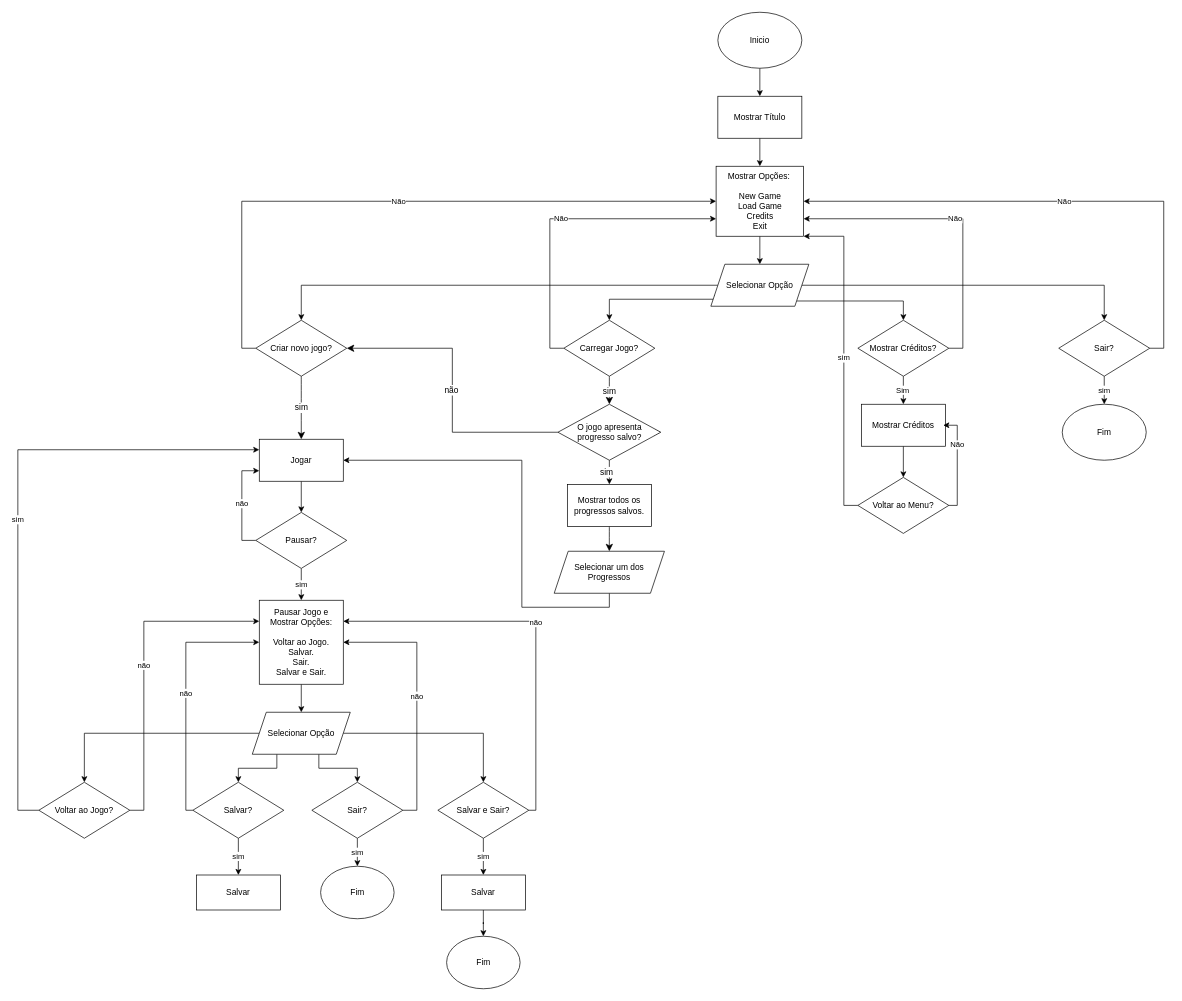
Above: jogo_estrutura.drawio in as1lo/diagramas (draw.io), before the change. Source tidied: cells renumbered, new cells numbered last; positions are measured from the earlier drawing's top-left corner, leaving out a move shared by most shapes. Both pictures are drawn from the tidied source at 70%, with x=0, y=0 at pixel (18, 12).
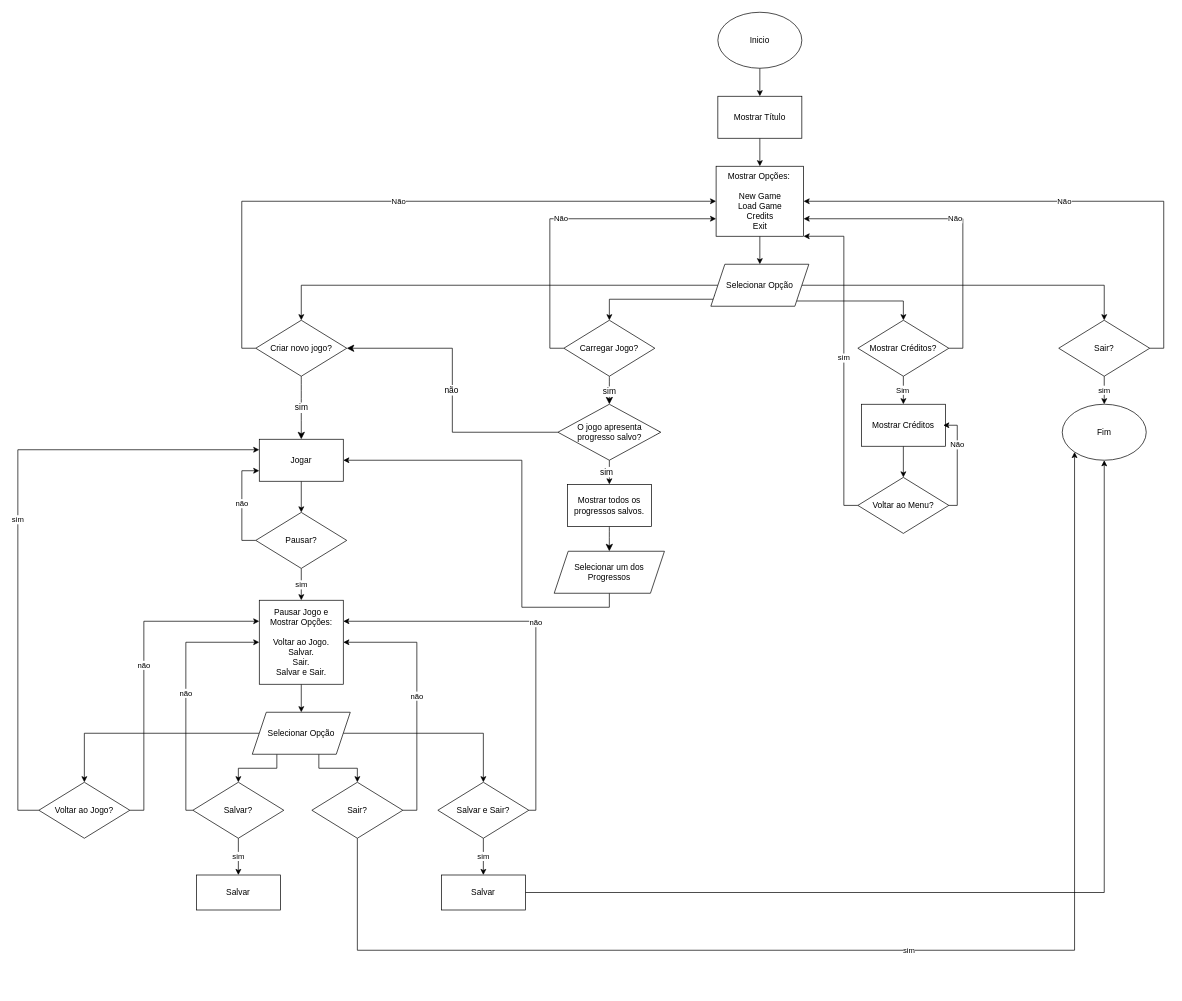
After the change.

The change refers to these unchanged cells:
```xml
<mxCell id="21" value="Fim" style="ellipse;whiteSpace=wrap;html=1;" parent="1" vertex="1">
  <mxGeometry x="1492" y="560" width="120" height="80" as="geometry" />
</mxCell>
<mxCell id="58" value="Sair?" style="rhombus;whiteSpace=wrap;html=1;direction=east;" parent="1" vertex="1">
  <mxGeometry x="420" y="1100" width="130" height="80" as="geometry" />
</mxCell>
<mxCell id="70" value="Salvar" style="rounded=0;whiteSpace=wrap;html=1;" parent="1" vertex="1">
  <mxGeometry x="605" y="1232.5" width="120" height="50" as="geometry" />
</mxCell>
```

Diff of the diagram source:
```diff
@@
-    <mxCell id="57" value="sim" style="edgeStyle=orthogonalEdgeStyle;rounded=0;jettySize=auto;html=1;entryX=0.5;entryY=0;entryDx=0;entryDy=0;" parent="1" edge="1" source="58" target="68">
-      <mxGeometry relative="1" as="geometry" />
+    <mxCell id="57" value="sim" style="edgeStyle=orthogonalEdgeStyle;rounded=0;jettySize=auto;html=1;entryX=0;entryY=1;entryDx=0;entryDy=0;" parent="1" edge="1" source="58" target="21">
+      <mxGeometry relative="1" as="geometry">
+        <Array as="points">
+          <mxPoint x="485" y="1340" />
+          <mxPoint x="1510" y="1340" />
+        </Array>
+      </mxGeometry>
     </mxCell>
@@
-    <mxCell id="68" value="Fim" style="ellipse;whiteSpace=wrap;html=1;" parent="1" vertex="1">
-      <mxGeometry x="432.5" y="1220" width="105" height="75" as="geometry" />
-    </mxCell>
-    <mxCell id="69" style="edgeStyle=orthogonalEdgeStyle;rounded=0;jettySize=auto;html=1;entryX=0.5;entryY=0;entryDx=0;entryDy=0;" parent="1" edge="1" source="70" target="71">
-      <mxGeometry relative="1" as="geometry" />
-    </mxCell>
+    <mxCell id="72" style="edgeStyle=orthogonalEdgeStyle;rounded=0;jettySize=auto;html=1;entryX=0.5;entryY=1;entryDx=0;entryDy=0;" parent="1" edge="1" source="70" target="21">
+      <mxGeometry relative="1" as="geometry" />
+    </mxCell>
@@
-    <mxCell id="71" value="Fim" style="ellipse;whiteSpace=wrap;html=1;" parent="1" vertex="1">
-      <mxGeometry x="612.5" y="1320" width="105" height="75" as="geometry" />
-    </mxCell>
```
